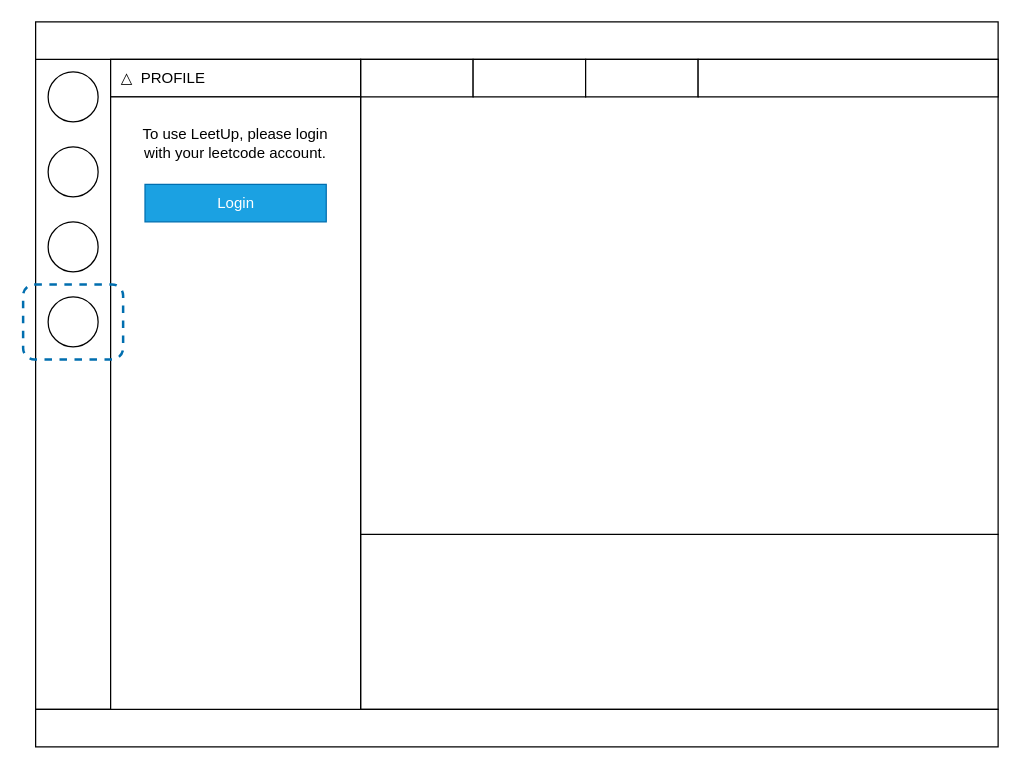
The draw.io diagram page "Before Login" (1 of 2) of docs/wireframe.drawio in GwangrokBaek/LeetCoder, before the edit. Source tidied: cells renumbered, new cells numbered last; positions are measured from the earlier drawing's top-left corner, leaving out a move shared by most shapes. Both pictures are drawn from the tidied source at 125%, with x=0, y=0 at pixel (22, 21).
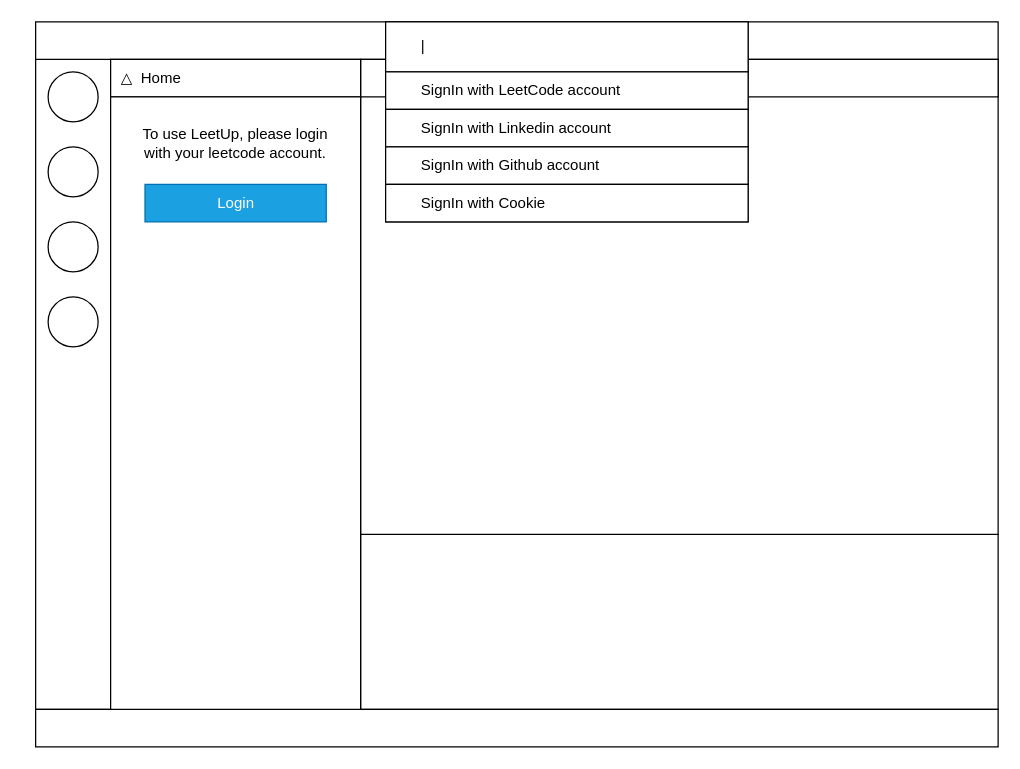
Above is the later version.

Change to the diagram source:
```diff
@@
-    <mxCell id="16" value="&amp;nbsp; △&amp;nbsp; PROFILE" style="rounded=0;whiteSpace=wrap;html=1;strokeColor=default;align=left;" parent="1" vertex="1">
+    <mxCell id="16" value="&amp;nbsp; △&amp;nbsp; Home" style="rounded=0;whiteSpace=wrap;html=1;strokeColor=default;align=left;" parent="1" vertex="1">
       <mxGeometry x="70" y="30" width="200" height="30" as="geometry" />
     </mxCell>
@@
-    <mxCell id="20" style="rounded=1;whiteSpace=wrap;html=1;strokeColor=#006EAF;fillColor=none;dashed=1;fontColor=#ffffff;strokeWidth=2;" parent="1" vertex="1">
-      <mxGeometry y="210" width="80" height="60" as="geometry" />
-    </mxCell>
+    <mxCell id="21" style="rounded=0;whiteSpace=wrap;html=1;strokeColor=default;" parent="1" vertex="1">
+      <mxGeometry x="290" width="290" height="160" as="geometry" />
+    </mxCell>
+    <mxCell id="22" value="&lt;span style=&quot;white-space: pre&quot;&gt;&#9;&lt;/span&gt;|" style="rounded=0;whiteSpace=wrap;html=1;strokeColor=default;align=left;" parent="1" vertex="1">
+      <mxGeometry x="290" width="290" height="40" as="geometry" />
+    </mxCell>
+    <mxCell id="23" value="&lt;span style=&quot;white-space: pre&quot;&gt;&#9;&lt;/span&gt;SignIn with LeetCode account" style="rounded=0;whiteSpace=wrap;html=1;strokeColor=default;align=left;" parent="1" vertex="1">
+      <mxGeometry x="290" y="40" width="290" height="30" as="geometry" />
+    </mxCell>
+    <mxCell id="24" value="&lt;span style=&quot;white-space: pre&quot;&gt;&#9;&lt;/span&gt;SignIn with Linkedin account" style="rounded=0;whiteSpace=wrap;html=1;strokeColor=default;align=left;" parent="1" vertex="1">
+      <mxGeometry x="290" y="70" width="290" height="30" as="geometry" />
+    </mxCell>
+    <mxCell id="25" value="&lt;span style=&quot;white-space: pre&quot;&gt;&#9;&lt;/span&gt;SignIn with Github account" style="rounded=0;whiteSpace=wrap;html=1;strokeColor=default;align=left;" parent="1" vertex="1">
+      <mxGeometry x="290" y="100" width="290" height="30" as="geometry" />
+    </mxCell>
+    <mxCell id="26" value="&lt;span style=&quot;white-space: pre&quot;&gt;&#9;&lt;/span&gt;SignIn with Cookie" style="rounded=0;whiteSpace=wrap;html=1;strokeColor=default;align=left;" parent="1" vertex="1">
+      <mxGeometry x="290" y="130" width="290" height="30" as="geometry" />
+    </mxCell>
```
